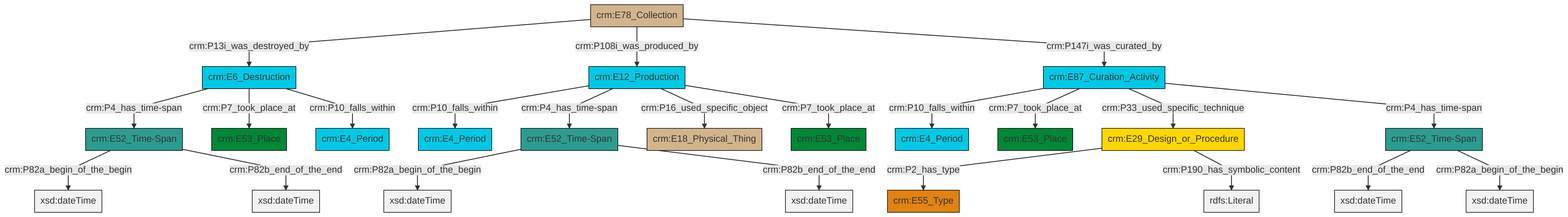
This is et/archivalCSV/ttl/mmd/png/archival_existence.png from swiss-art-research-net/docs.swissartresearch, a Mermaid export, as it was before one commit. Its source is kept beside it as et/archivalCSV/ttl/mmd/archival_existence.ttl.mmd.
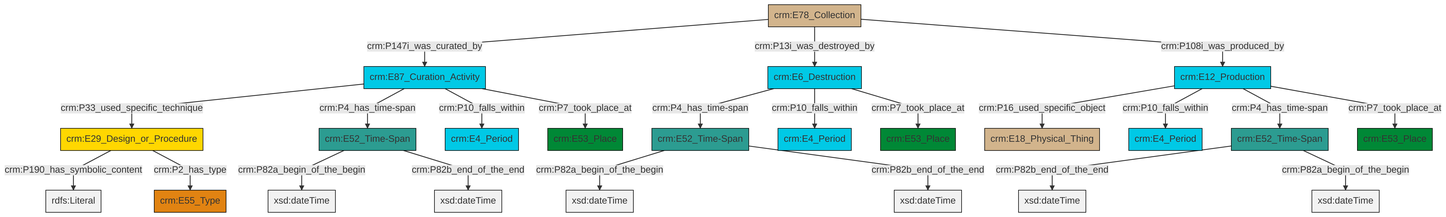
Later version of the same file.

Change to the diagram source:
```diff
@@ -13,25 +13,25 @@
 classDef PC_Classes fill:#4ce600, stroke:#000000;
 classDef Multi fill:#cccccc,stroke:#000000;
 
-4["crm:E6_Destruction"]:::Temporal_Entity -->|crm:P4_has_time-span| 5["crm:E52_Time-Span"]:::Time-Span
-4["crm:E6_Destruction"]:::Temporal_Entity -->|crm:P7_took_place_at| 6["crm:E53_Place"]:::Place
-4["crm:E6_Destruction"]:::Temporal_Entity -->|crm:P10_falls_within| 2["crm:E4_Period"]:::Temporal_Entity
-11["crm:E78_Collection"]:::Physical_Thing -->|crm:P13i_was_destroyed_by| 4["crm:E6_Destruction"]:::Temporal_Entity
-13["crm:E52_Time-Span"]:::Time-Span -->|crm:P82a_begin_of_the_begin| 14[xsd:dateTime]:::Literal
-15["crm:E52_Time-Span"]:::Time-Span -->|crm:P82b_end_of_the_end| 16[xsd:dateTime]:::Literal
-7["crm:E12_Production"]:::Temporal_Entity -->|crm:P10_falls_within| 19["crm:E4_Period"]:::Temporal_Entity
-7["crm:E12_Production"]:::Temporal_Entity -->|crm:P4_has_time-span| 13["crm:E52_Time-Span"]:::Time-Span
-20["crm:E87_Curation_Activity"]:::Temporal_Entity -->|crm:P10_falls_within| 24["crm:E4_Period"]:::Temporal_Entity
-7["crm:E12_Production"]:::Temporal_Entity -->|crm:P16_used_specific_object| 25["crm:E18_Physical_Thing"]:::Physical_Thing
-5["crm:E52_Time-Span"]:::Time-Span -->|crm:P82a_begin_of_the_begin| 28[xsd:dateTime]:::Literal
-7["crm:E12_Production"]:::Temporal_Entity -->|crm:P7_took_place_at| 22["crm:E53_Place"]:::Place
-5["crm:E52_Time-Span"]:::Time-Span -->|crm:P82b_end_of_the_end| 29[xsd:dateTime]:::Literal
-20["crm:E87_Curation_Activity"]:::Temporal_Entity -->|crm:P7_took_place_at| 26["crm:E53_Place"]:::Place
-20["crm:E87_Curation_Activity"]:::Temporal_Entity -->|crm:P33_used_specific_technique| 0["crm:E29_Design_or_Procedure"]:::Conceptual_Object
-20["crm:E87_Curation_Activity"]:::Temporal_Entity -->|crm:P4_has_time-span| 15["crm:E52_Time-Span"]:::Time-Span
-0["crm:E29_Design_or_Procedure"]:::Conceptual_Object -->|crm:P2_has_type| 9["crm:E55_Type"]:::Type
-13["crm:E52_Time-Span"]:::Time-Span -->|crm:P82b_end_of_the_end| 32[xsd:dateTime]:::Literal
-0["crm:E29_Design_or_Procedure"]:::Conceptual_Object -->|crm:P190_has_symbolic_content| 33[rdfs:Literal]:::Literal
-11["crm:E78_Collection"]:::Physical_Thing -->|crm:P108i_was_produced_by| 7["crm:E12_Production"]:::Temporal_Entity
-15["crm:E52_Time-Span"]:::Time-Span -->|crm:P82a_begin_of_the_begin| 37[xsd:dateTime]:::Literal
-11["crm:E78_Collection"]:::Physical_Thing -->|crm:P147i_was_curated_by| 20["crm:E87_Curation_Activity"]:::Temporal_Entity
+4["crm:E87_Curation_Activity"]:::Temporal_Entity -->|crm:P33_used_specific_technique| 5["crm:E29_Design_or_Procedure"]:::Conceptual_Object
+8["crm:E6_Destruction"]:::Temporal_Entity -->|crm:P4_has_time-span| 9["crm:E52_Time-Span"]:::Time-Span
+9["crm:E52_Time-Span"]:::Time-Span -->|crm:P82a_begin_of_the_begin| 10[xsd:dateTime]:::Literal
+8["crm:E6_Destruction"]:::Temporal_Entity -->|crm:P10_falls_within| 11["crm:E4_Period"]:::Temporal_Entity
+16["crm:E52_Time-Span"]:::Time-Span -->|crm:P82a_begin_of_the_begin| 17[xsd:dateTime]:::Literal
+6["crm:E12_Production"]:::Temporal_Entity -->|crm:P16_used_specific_object| 12["crm:E18_Physical_Thing"]:::Physical_Thing
+20["crm:E78_Collection"]:::Physical_Thing -->|crm:P147i_was_curated_by| 4["crm:E87_Curation_Activity"]:::Temporal_Entity
+4["crm:E87_Curation_Activity"]:::Temporal_Entity -->|crm:P4_has_time-span| 16["crm:E52_Time-Span"]:::Time-Span
+4["crm:E87_Curation_Activity"]:::Temporal_Entity -->|crm:P10_falls_within| 0["crm:E4_Period"]:::Temporal_Entity
+20["crm:E78_Collection"]:::Physical_Thing -->|crm:P13i_was_destroyed_by| 8["crm:E6_Destruction"]:::Temporal_Entity
+20["crm:E78_Collection"]:::Physical_Thing -->|crm:P108i_was_produced_by| 6["crm:E12_Production"]:::Temporal_Entity
+6["crm:E12_Production"]:::Temporal_Entity -->|crm:P10_falls_within| 23["crm:E4_Period"]:::Temporal_Entity
+14["crm:E52_Time-Span"]:::Time-Span -->|crm:P82b_end_of_the_end| 25[xsd:dateTime]:::Literal
+8["crm:E6_Destruction"]:::Temporal_Entity -->|crm:P7_took_place_at| 18["crm:E53_Place"]:::Place
+16["crm:E52_Time-Span"]:::Time-Span -->|crm:P82b_end_of_the_end| 26[xsd:dateTime]:::Literal
+6["crm:E12_Production"]:::Temporal_Entity -->|crm:P4_has_time-span| 14["crm:E52_Time-Span"]:::Time-Span
+5["crm:E29_Design_or_Procedure"]:::Conceptual_Object -->|crm:P190_has_symbolic_content| 35[rdfs:Literal]:::Literal
+4["crm:E87_Curation_Activity"]:::Temporal_Entity -->|crm:P7_took_place_at| 21["crm:E53_Place"]:::Place
+6["crm:E12_Production"]:::Temporal_Entity -->|crm:P7_took_place_at| 33["crm:E53_Place"]:::Place
+9["crm:E52_Time-Span"]:::Time-Span -->|crm:P82b_end_of_the_end| 36[xsd:dateTime]:::Literal
+14["crm:E52_Time-Span"]:::Time-Span -->|crm:P82a_begin_of_the_begin| 37[xsd:dateTime]:::Literal
+5["crm:E29_Design_or_Procedure"]:::Conceptual_Object -->|crm:P2_has_type| 2["crm:E55_Type"]:::Type
```
